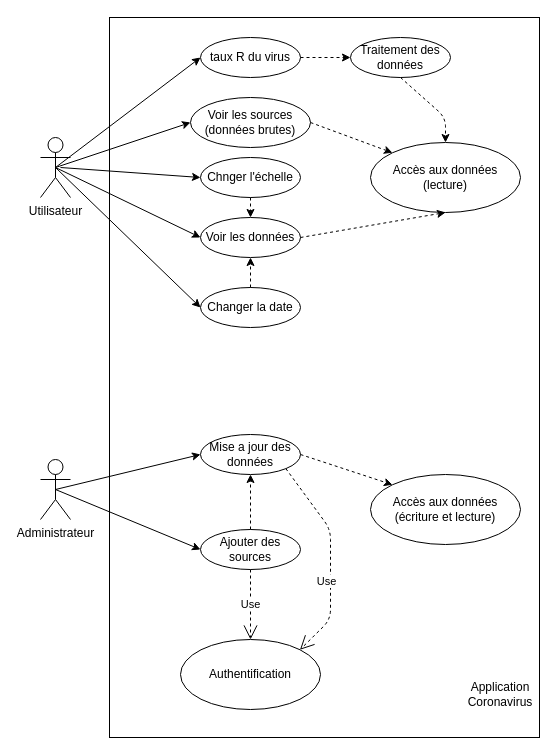
The draw.io diagram Use Case.drawio in albotw/CovidTracker_modelisation, before the edit. Source tidied: cells renumbered, new cells numbered last; positions are measured from the earlier drawing's top-left corner, leaving out a move shared by most shapes. Both pictures are drawn from the tidied source at 100%, with x=0, y=0 at pixel (40, 17).
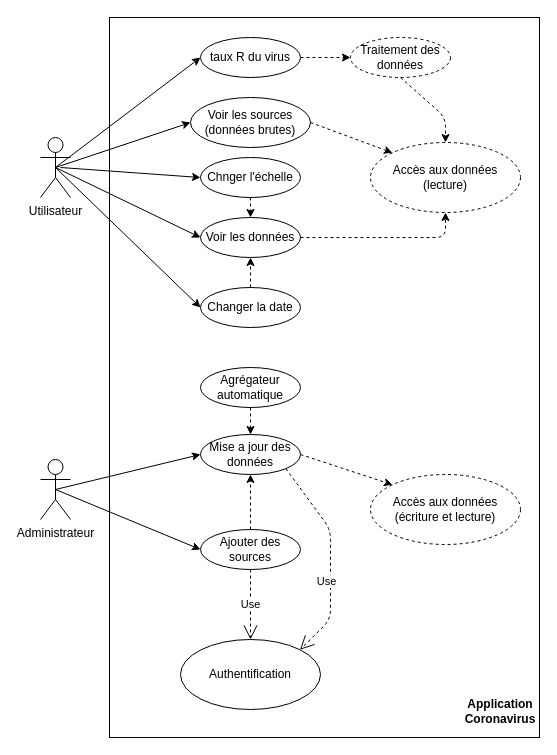
Above is the later version.

Commit message (it also covers changes not shown here):
ajout de diagrammes + modifs XML

Unchanged cells that the change refers to:
```xml
<mxCell id="5" value="Voir les données" style="ellipse;whiteSpace=wrap;html=1;align=center;" parent="1" vertex="1">
  <mxGeometry x="160" y="200" width="100" height="40" as="geometry" />
</mxCell>
<mxCell id="9" value="Mise a jour des données" style="ellipse;whiteSpace=wrap;html=1;align=center;" parent="1" vertex="1">
  <mxGeometry x="160" y="417" width="100" height="40" as="geometry" />
</mxCell>
```

Change to the diagram source:
```diff
@@
-    <mxCell id="14" value="Accès aux données (lecture)" style="ellipse;whiteSpace=wrap;html=1;align=center;" parent="1" vertex="1">
+    <mxCell id="14" value="Accès aux données (lecture)" style="ellipse;whiteSpace=wrap;html=1;align=center;dashed=1;" parent="1" vertex="1">
       <mxGeometry x="330" y="125" width="150" height="70" as="geometry" />
     </mxCell>
-    <mxCell id="15" value="Accès aux données (écriture et lecture)" style="ellipse;whiteSpace=wrap;html=1;align=center;" parent="1" vertex="1">
+    <mxCell id="15" value="Accès aux données (écriture et lecture)" style="ellipse;whiteSpace=wrap;html=1;align=center;dashed=1;" parent="1" vertex="1">
       <mxGeometry x="330" y="457" width="150" height="70" as="geometry" />
     </mxCell>
-    <mxCell id="16" value="Traitement des données" style="ellipse;whiteSpace=wrap;html=1;align=center;" parent="1" vertex="1">
+    <mxCell id="16" value="Traitement des données" style="ellipse;whiteSpace=wrap;html=1;align=center;dashed=1;" parent="1" vertex="1">
       <mxGeometry x="310" y="20" width="100" height="40" as="geometry" />
     </mxCell>
@@
     <mxCell id="20" style="endArrow=classic;html=1;dashed=1;exitX=1;exitY=0.5;exitDx=0;exitDy=0;entryX=0.5;entryY=1;entryDx=0;entryDy=0;" parent="1" edge="1" source="5" target="14">
-      <mxGeometry relative="1" as="geometry" />
+      <mxGeometry relative="1" as="geometry">
+        <Array as="points">
+          <mxPoint x="405" y="220" />
+        </Array>
+      </mxGeometry>
     </mxCell>
@@
-    <mxCell id="30" value="Application Coronavirus" style="text;html=1;strokeColor=none;fillColor=none;align=center;verticalAlign=middle;whiteSpace=wrap;rounded=0;" parent="1" vertex="1">
-      <mxGeometry x="440" y="667" width="40" height="20" as="geometry" />
+    <mxCell id="30" value="Application Coronavirus" style="text;html=1;strokeColor=none;fillColor=none;align=center;verticalAlign=middle;whiteSpace=wrap;rounded=0;fontStyle=1;" parent="1" vertex="1">
+      <mxGeometry x="430" y="680" width="60" height="27" as="geometry" />
     </mxCell>
@@
+    <mxCell id="34" value="Agrégateur automatique" style="ellipse;whiteSpace=wrap;html=1;align=center;" parent="1" vertex="1">
+      <mxGeometry x="160" y="350" width="100" height="40" as="geometry" />
+    </mxCell>
+    <mxCell id="35" style="endArrow=classic;html=1;dashed=1;exitX=0.5;exitY=1;exitDx=0;exitDy=0;" parent="1" edge="1" source="34" target="9">
+      <mxGeometry relative="1" as="geometry" />
+    </mxCell>
```
